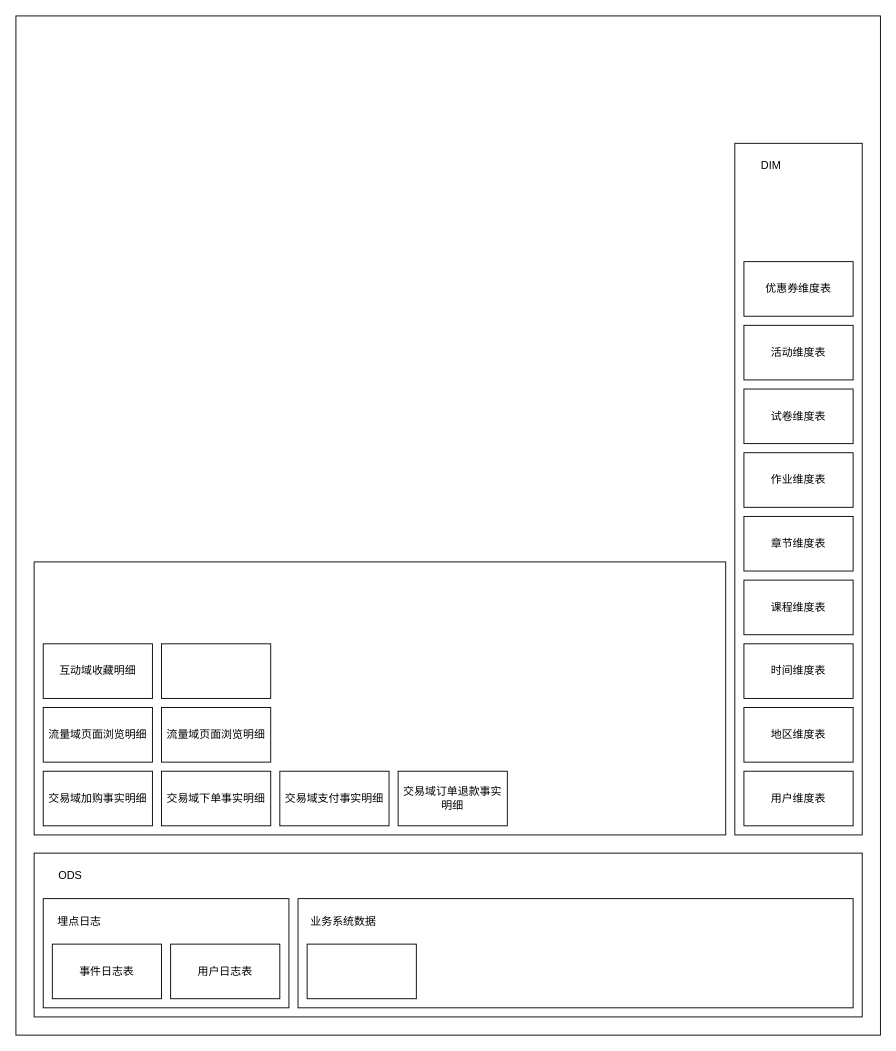
Jacoulin/draw keeps this draw.io diagram as 离线数仓分层架构.drawio. Above is the earlier version. Source tidied: cells renumbered, new cells numbered last; positions are measured from the earlier drawing's top-left corner, leaving out a move shared by most shapes. Both pictures are drawn from the tidied source at 91%, with x=0, y=0 at pixel (15, 15).
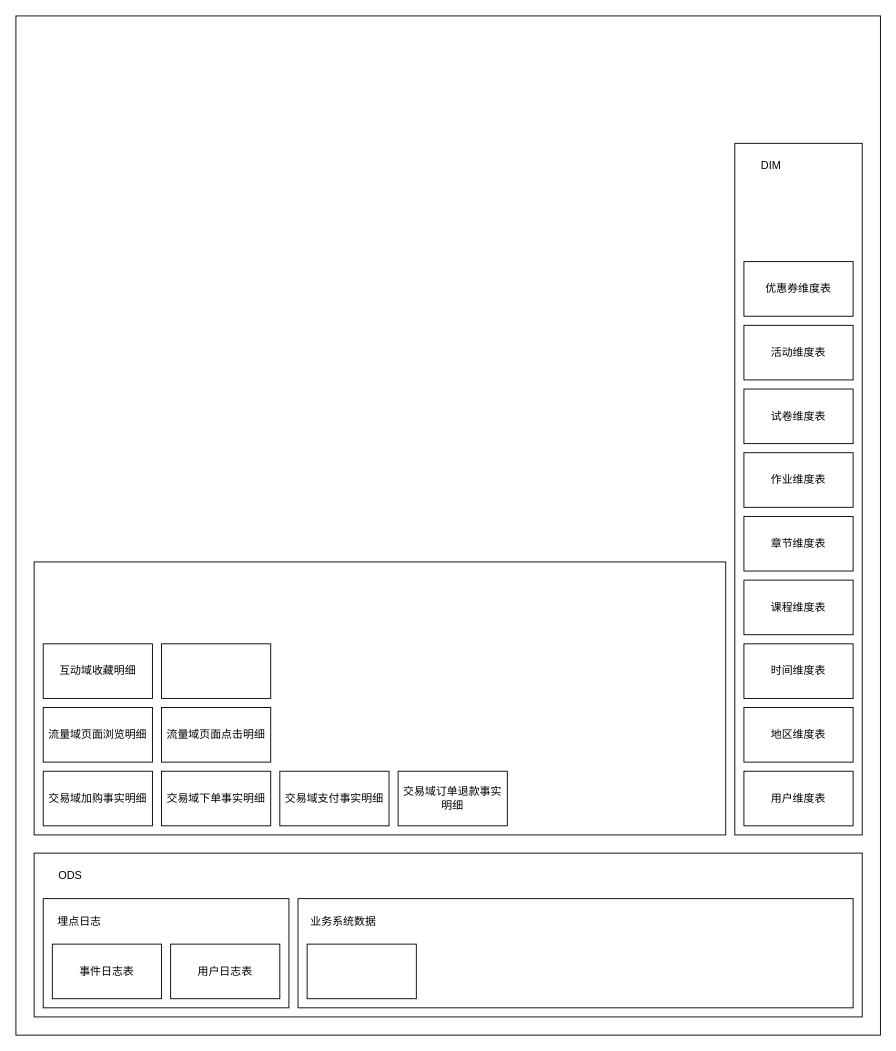
The same page after the edit.

Commit message:
更新离线数仓分层架构.drawio

What changed in the source:
```diff
@@
-    <mxCell id="19" value="流量域页面浏览明细" style="rounded=0;whiteSpace=wrap;html=1;" parent="1" vertex="1">
+    <mxCell id="19" value="流量域页面点击明细" style="rounded=0;whiteSpace=wrap;html=1;" parent="1" vertex="1">
       <mxGeometry x="160" y="760" width="120" height="60" as="geometry" />
     </mxCell>
```
